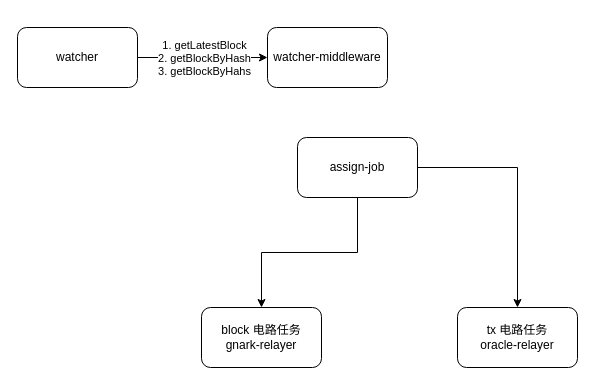
chixiaowen/drawio keeps this draw.io diagram as refactor-relayer.drawio. Above is the earlier version. Source tidied: cells renumbered, new cells numbered last; positions are measured from the earlier drawing's top-left corner, leaving out a move shared by most shapes. Both pictures are drawn from the tidied source at 100%, with x=0, y=0 at pixel (17, 27).
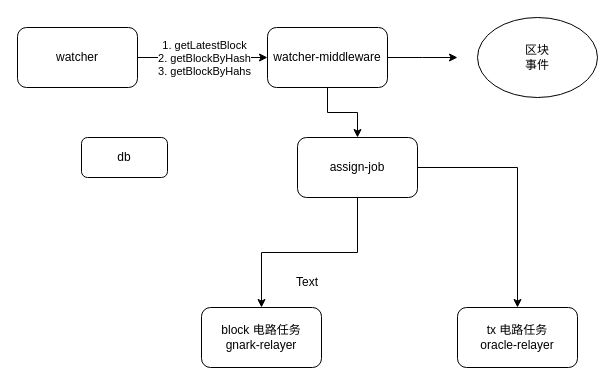
The same page after the edit.

The edit, as a diff of the source:
```diff
@@
 <mxGraphModel>
   <root>
     <mxCell id="0" />
     <mxCell id="1" parent="0" />
     <mxCell id="2" style="edgeStyle=orthogonalEdgeStyle;rounded=0;jettySize=auto;html=1;" parent="1" edge="1" source="4" target="5">
       <mxGeometry relative="1" as="geometry" />
     </mxCell>
     <mxCell id="3" value="1. getLatestBlock&lt;br&gt;2. getBlockByHash&lt;br&gt;3. getBlockByHahs" style="edgeLabel;html=1;align=center;verticalAlign=middle;" parent="2" vertex="1">
       <mxGeometry x="0.01" relative="1" as="geometry" />
     </mxCell>
     <mxCell id="4" value="watcher" style="rounded=1;whiteSpace=wrap;html=1;" parent="1" vertex="1">
       <mxGeometry width="120" height="60" as="geometry" />
     </mxCell>
+    <mxCell id="11" style="edgeStyle=orthogonalEdgeStyle;rounded=0;jettySize=auto;html=1;" parent="1" edge="1" source="5" target="8">
+      <mxGeometry relative="1" as="geometry" />
+    </mxCell>
+    <mxCell id="12" style="edgeStyle=orthogonalEdgeStyle;rounded=0;jettySize=auto;html=1;" parent="1" edge="1" source="5">
+      <mxGeometry relative="1" as="geometry">
+        <mxPoint x="440" y="30" as="targetPoint" />
+      </mxGeometry>
+    </mxCell>
     <mxCell id="5" value="watcher-middleware" style="rounded=1;whiteSpace=wrap;html=1;" parent="1" vertex="1">
       <mxGeometry x="250" width="120" height="60" as="geometry" />
     </mxCell>
     <mxCell id="6" style="edgeStyle=orthogonalEdgeStyle;rounded=0;jettySize=auto;html=1;" parent="1" edge="1" source="8" target="9">
       <mxGeometry relative="1" as="geometry" />
     </mxCell>
     <mxCell id="7" style="edgeStyle=orthogonalEdgeStyle;rounded=0;jettySize=auto;html=1;" parent="1" edge="1" source="8" target="10">
       <mxGeometry relative="1" as="geometry" />
     </mxCell>
     <mxCell id="8" value="assign-job" style="rounded=1;whiteSpace=wrap;html=1;" parent="1" vertex="1">
       <mxGeometry x="280" y="110" width="120" height="60" as="geometry" />
     </mxCell>
     <mxCell id="9" value="block 电路任务&lt;br&gt;gnark-relayer" style="rounded=1;whiteSpace=wrap;html=1;" parent="1" vertex="1">
       <mxGeometry x="184" y="280" width="120" height="60" as="geometry" />
     </mxCell>
     <mxCell id="10" value="tx 电路任务&lt;br&gt;oracle-relayer" style="rounded=1;whiteSpace=wrap;html=1;" parent="1" vertex="1">
       <mxGeometry x="440" y="280" width="120" height="60" as="geometry" />
     </mxCell>
+    <mxCell id="13" value="Text" style="text;strokeColor=none;align=center;fillColor=none;html=1;verticalAlign=middle;whiteSpace=wrap;rounded=0;" parent="1" vertex="1">
+      <mxGeometry x="260" y="240" width="60" height="30" as="geometry" />
+    </mxCell>
+    <mxCell id="14" value="区块&lt;br&gt;事件" style="ellipse;whiteSpace=wrap;html=1;" parent="1" vertex="1">
+      <mxGeometry x="460" y="-10" width="120" height="80" as="geometry" />
+    </mxCell>
+    <mxCell id="15" value="db" style="rounded=1;whiteSpace=wrap;html=1;" parent="1" vertex="1">
+      <mxGeometry x="64" y="110" width="86" height="40" as="geometry" />
+    </mxCell>
   </root>
 </mxGraphModel>
```
